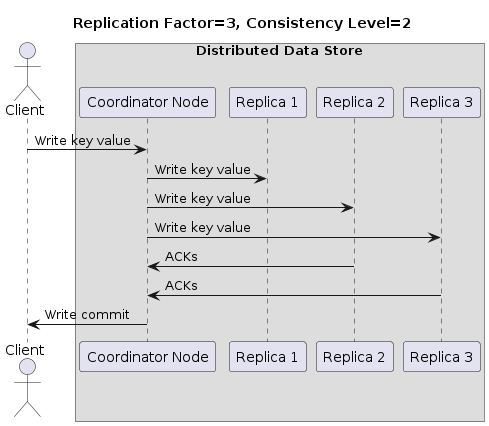
Earlier version of the PlantUML export diagrams/sequence1.png (EliriaT/distributed-store). Source of this version:
```plantuml
@startuml
title Replication Factor=3, Consistency Level=2

actor Client as C
box "Distributed Data Store"
participant "Coordinator Node" as CN
participant "Replica 1" as N1
participant "Replica 2" as N2
participant "Replica 3" as N3
end box

C -> CN : Write key value
CN -> N1 : Write key value
CN -> N2 : Write key value
CN -> N3 : Write key value
N2 -> CN : ACKs
N3 -> CN : ACKs
CN -> C : Write commit
@enduml
```
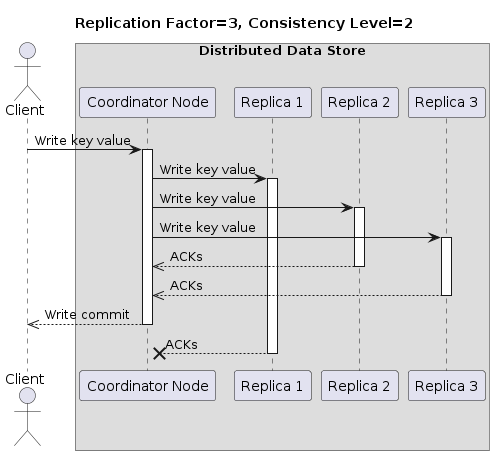
The same diagram one commit later.

Change to the diagram source:
```diff
@@ -10,10 +10,19 @@
 end box
 
 C -> CN : Write key value
+activate CN
 CN -> N1 : Write key value
+activate N1
 CN -> N2 : Write key value
+activate N2
 CN -> N3 : Write key value
-N2 -> CN : ACKs
-N3 -> CN : ACKs
-CN -> C : Write commit
+activate N3
+N2 -->> CN : ACKs
+deactivate N2
+N3 -->> CN : ACKs
+deactivate N3
+CN -->> C : Write commit
+deactivate CN
+N1 -->>x CN : ACKs
+deactivate N1
 @enduml
```
